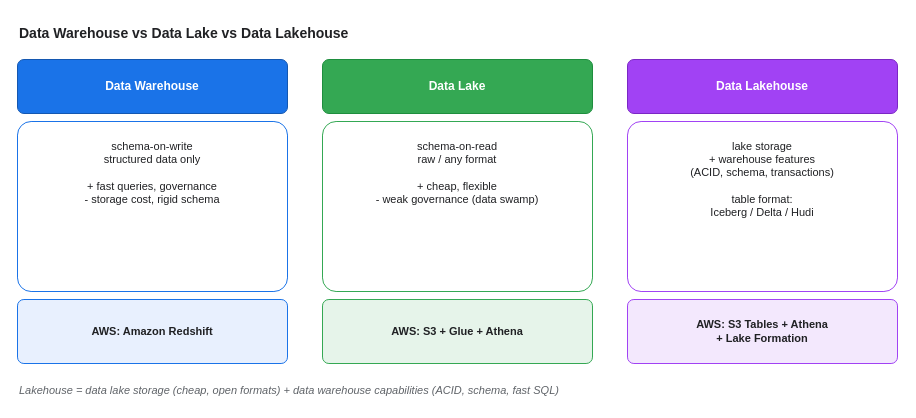
Above: assets/img/aws/analytics-stack-02-warehouse-lake-lakehouse.drawio in KKamJi98/kkamji98.github.io (draw.io), before the change. Source tidied: cells renumbered, new cells numbered last; positions are measured from the earlier drawing's top-left corner, leaving out a move shared by most shapes. Both pictures are drawn from the tidied source at 100%, with x=0, y=0 at pixel (17, 17).
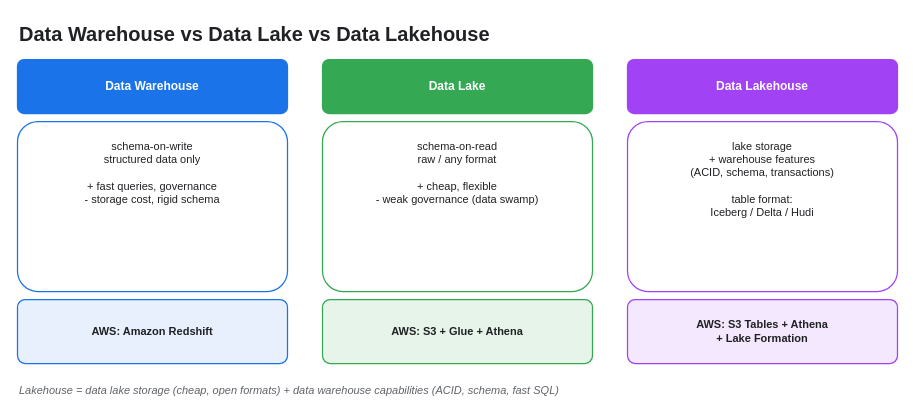
After the change.

Diff of the diagram source:
```diff
@@
-<mxGraphModel>
+<mxGraphModel background="#FFFFFF">
   <root>
     <mxCell id="0" />
     <mxCell id="1" parent="0" />
-    <mxCell id="2" value="Data Warehouse vs Data Lake vs Data Lakehouse" style="text;html=0;align=left;verticalAlign=middle;fontColor=#202124;fontStyle=1;fontSize=14;" parent="1" vertex="1">
+    <mxCell id="2" value="Data Warehouse vs Data Lake vs Data Lakehouse" style="text;html=0;align=left;verticalAlign=middle;fontColor=#202124;fontStyle=1;fontSize=20;" parent="1" vertex="1">
       <mxGeometry width="880" height="30" as="geometry" />
     </mxCell>
-    <mxCell id="3" value="Data Warehouse" style="rounded=1;whiteSpace=wrap;html=0;arcSize=12;shadow=0;fillColor=#1A73E8;strokeColor=#1457B0;fontColor=#FFFFFF;fontStyle=1;" parent="1" vertex="1">
+    <mxCell id="3" value="Data Warehouse" style="rounded=1;whiteSpace=wrap;html=0;arcSize=12;shadow=0;fillColor=#1A73E8;strokeColor=#1A73E8;fontColor=#FFFFFF;fontStyle=1;strokeWidth=1.25;" parent="1" vertex="1">
       <mxGeometry y="42" width="270" height="54" as="geometry" />
     </mxCell>
-    <mxCell id="4" value="schema-on-write&#10;structured data only&#10;&#10;+ fast queries, governance&#10;- storage cost, rigid schema" style="rounded=1;whiteSpace=wrap;html=0;arcSize=8;shadow=0;fillColor=#FFFFFF;strokeColor=#1A73E8;fontColor=#202124;fontSize=11;verticalAlign=top;spacingTop=12;" parent="1" vertex="1">
+    <mxCell id="4" value="schema-on-write&#10;structured data only&#10;&#10;+ fast queries, governance&#10;- storage cost, rigid schema" style="rounded=1;whiteSpace=wrap;html=0;arcSize=12;shadow=0;fillColor=#FFFFFF;strokeColor=#1A73E8;fontColor=#202124;fontSize=11;verticalAlign=top;spacingTop=12;strokeWidth=1.25;" parent="1" vertex="1">
       <mxGeometry y="104" width="270" height="170" as="geometry" />
     </mxCell>
-    <mxCell id="5" value="AWS: Amazon Redshift" style="rounded=1;whiteSpace=wrap;html=0;arcSize=10;shadow=0;fillColor=#E8F0FE;strokeColor=#1A73E8;fontColor=#202124;fontSize=11;fontStyle=1;" parent="1" vertex="1">
+    <mxCell id="5" value="AWS: Amazon Redshift" style="rounded=1;whiteSpace=wrap;html=0;arcSize=12;shadow=0;fillColor=#E8F0FE;strokeColor=#1A73E8;fontColor=#202124;fontSize=11;fontStyle=1;strokeWidth=1.25;" parent="1" vertex="1">
       <mxGeometry y="282" width="270" height="64" as="geometry" />
     </mxCell>
-    <mxCell id="6" value="Data Lake" style="rounded=1;whiteSpace=wrap;html=0;arcSize=12;shadow=0;fillColor=#34A853;strokeColor=#1E8E3E;fontColor=#FFFFFF;fontStyle=1;" parent="1" vertex="1">
+    <mxCell id="6" value="Data Lake" style="rounded=1;whiteSpace=wrap;html=0;arcSize=12;shadow=0;fillColor=#34A853;strokeColor=#34A853;fontColor=#FFFFFF;fontStyle=1;strokeWidth=1.25;" parent="1" vertex="1">
       <mxGeometry x="305" y="42" width="270" height="54" as="geometry" />
     </mxCell>
-    <mxCell id="7" value="schema-on-read&#10;raw / any format&#10;&#10;+ cheap, flexible&#10;- weak governance (data swamp)" style="rounded=1;whiteSpace=wrap;html=0;arcSize=8;shadow=0;fillColor=#FFFFFF;strokeColor=#34A853;fontColor=#202124;fontSize=11;verticalAlign=top;spacingTop=12;" parent="1" vertex="1">
+    <mxCell id="7" value="schema-on-read&#10;raw / any format&#10;&#10;+ cheap, flexible&#10;- weak governance (data swamp)" style="rounded=1;whiteSpace=wrap;html=0;arcSize=12;shadow=0;fillColor=#FFFFFF;strokeColor=#34A853;fontColor=#202124;fontSize=11;verticalAlign=top;spacingTop=12;strokeWidth=1.25;" parent="1" vertex="1">
       <mxGeometry x="305" y="104" width="270" height="170" as="geometry" />
     </mxCell>
-    <mxCell id="8" value="AWS: S3 + Glue + Athena" style="rounded=1;whiteSpace=wrap;html=0;arcSize=10;shadow=0;fillColor=#E6F4EA;strokeColor=#34A853;fontColor=#202124;fontSize=11;fontStyle=1;" parent="1" vertex="1">
+    <mxCell id="8" value="AWS: S3 + Glue + Athena" style="rounded=1;whiteSpace=wrap;html=0;arcSize=12;shadow=0;fillColor=#E6F4EA;strokeColor=#34A853;fontColor=#202124;fontSize=11;fontStyle=1;strokeWidth=1.25;" parent="1" vertex="1">
       <mxGeometry x="305" y="282" width="270" height="64" as="geometry" />
     </mxCell>
-    <mxCell id="9" value="Data Lakehouse" style="rounded=1;whiteSpace=wrap;html=0;arcSize=12;shadow=0;fillColor=#A142F4;strokeColor=#7B27C4;fontColor=#FFFFFF;fontStyle=1;" parent="1" vertex="1">
+    <mxCell id="9" value="Data Lakehouse" style="rounded=1;whiteSpace=wrap;html=0;arcSize=12;shadow=0;fillColor=#A142F4;strokeColor=#A142F4;fontColor=#FFFFFF;fontStyle=1;strokeWidth=1.25;" parent="1" vertex="1">
       <mxGeometry x="610" y="42" width="270" height="54" as="geometry" />
     </mxCell>
-    <mxCell id="10" value="lake storage&#10;+ warehouse features&#10;(ACID, schema, transactions)&#10;&#10;table format:&#10;Iceberg / Delta / Hudi" style="rounded=1;whiteSpace=wrap;html=0;arcSize=8;shadow=0;fillColor=#FFFFFF;strokeColor=#A142F4;fontColor=#202124;fontSize=11;verticalAlign=top;spacingTop=12;" parent="1" vertex="1">
+    <mxCell id="10" value="lake storage&#10;+ warehouse features&#10;(ACID, schema, transactions)&#10;&#10;table format:&#10;Iceberg / Delta / Hudi" style="rounded=1;whiteSpace=wrap;html=0;arcSize=12;shadow=0;fillColor=#FFFFFF;strokeColor=#A142F4;fontColor=#202124;fontSize=11;verticalAlign=top;spacingTop=12;strokeWidth=1.25;" parent="1" vertex="1">
       <mxGeometry x="610" y="104" width="270" height="170" as="geometry" />
     </mxCell>
-    <mxCell id="11" value="AWS: S3 Tables + Athena&#10;+ Lake Formation" style="rounded=1;whiteSpace=wrap;html=0;arcSize=10;shadow=0;fillColor=#F3E8FD;strokeColor=#A142F4;fontColor=#202124;fontSize=11;fontStyle=1;" parent="1" vertex="1">
+    <mxCell id="11" value="AWS: S3 Tables + Athena&#10;+ Lake Formation" style="rounded=1;whiteSpace=wrap;html=0;arcSize=12;shadow=0;fillColor=#F3E8FD;strokeColor=#A142F4;fontColor=#202124;fontSize=11;fontStyle=1;strokeWidth=1.25;" parent="1" vertex="1">
       <mxGeometry x="610" y="282" width="270" height="64" as="geometry" />
     </mxCell>
     <mxCell id="12" value="Lakehouse = data lake storage (cheap, open formats) + data warehouse capabilities (ACID, schema, fast SQL)" style="text;html=0;align=left;verticalAlign=middle;fontColor=#5F6368;fontStyle=2;fontSize=11;" parent="1" vertex="1">
       <mxGeometry y="360" width="880" height="24" as="geometry" />
     </mxCell>
   </root>
 </mxGraphModel>
```
